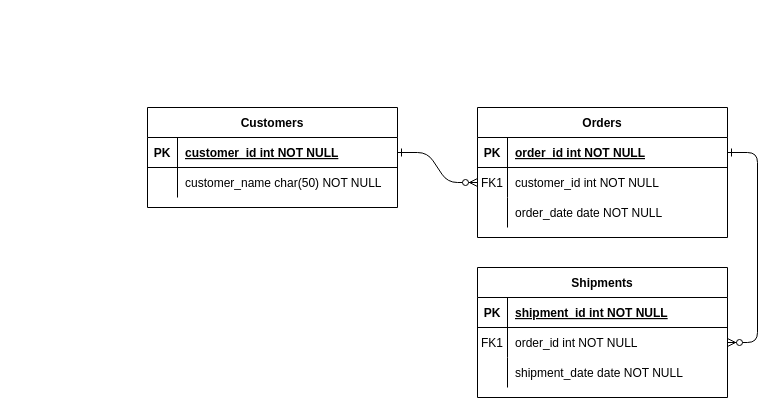
Before: Untitled Diagram.drawio in brunamedeiiros/tccpuc, a draw.io diagram. Source tidied: cells renumbered, new cells numbered last; positions are measured from the earlier drawing's top-left corner, leaving out a move shared by most shapes. Both pictures are drawn from the tidied source at 100%, with x=0, y=0 at pixel (147, 107).
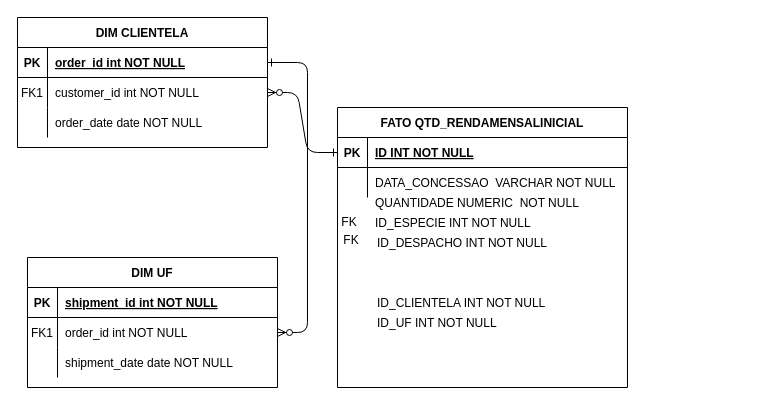
The same diagram, later.

The edit, as a diff of the source:
```diff
@@
-    <mxCell id="4" value="Orders" style="shape=table;startSize=30;childLayout=tableLayout;rowLines=0;fontStyle=1;align=center;" parent="1" vertex="1">
-      <mxGeometry x="330" width="250" height="130" as="geometry" />
+    <mxCell id="4" value="DIM CLIENTELA" style="shape=table;startSize=30;childLayout=tableLayout;rowLines=0;fontStyle=1;align=center;" parent="1" vertex="1">
+      <mxGeometry x="-130" y="-90" width="250" height="130" as="geometry" />
     </mxCell>
@@
-    <mxCell id="14" value="Shipments" style="shape=table;startSize=30;childLayout=tableLayout;rowLines=0;fontStyle=1;align=center;" parent="1" vertex="1">
-      <mxGeometry x="330" y="160" width="250" height="130" as="geometry" />
+    <mxCell id="14" value="DIM UF" style="shape=table;startSize=30;childLayout=tableLayout;rowLines=0;fontStyle=1;align=center;" parent="1" vertex="1">
+      <mxGeometry x="-120" y="150" width="250" height="130" as="geometry" />
     </mxCell>
@@
-    <mxCell id="24" value="Customers" style="shape=table;startSize=30;childLayout=tableLayout;rowLines=0;fontStyle=1;align=center;" parent="1" vertex="1">
-      <mxGeometry width="250" height="100" as="geometry" />
+    <mxCell id="24" value="FATO QTD_RENDAMENSALINICIAL" style="shape=table;startSize=30;childLayout=tableLayout;rowLines=0;fontStyle=1;align=center;" parent="1" vertex="1">
+      <mxGeometry x="190" width="290" height="280" as="geometry" />
     </mxCell>
     <mxCell id="25" style="shape=partialRectangle;fillColor=none;points=[[0,0.5],[1,0.5]];portConstraint=eastwest;top=0;left=0;right=0;bottom=1;" parent="24" vertex="1">
-      <mxGeometry y="30" width="250" height="30" as="geometry" />
+      <mxGeometry y="30" width="290" height="30" as="geometry" />
     </mxCell>
@@
-    <mxCell id="27" value="customer_id int NOT NULL " style="shape=partialRectangle;overflow=hidden;fillColor=none;top=0;left=0;bottom=0;right=0;align=left;spacingLeft=6;fontStyle=5;" parent="25" vertex="1">
-      <mxGeometry x="30" width="220" height="30" as="geometry" />
+    <mxCell id="27" value="ID INT NOT NULL" style="shape=partialRectangle;overflow=hidden;fillColor=none;top=0;left=0;bottom=0;right=0;align=left;spacingLeft=6;fontStyle=5;" parent="25" vertex="1">
+      <mxGeometry x="30" width="260" height="30" as="geometry" />
     </mxCell>
     <mxCell id="28" style="shape=partialRectangle;fillColor=none;top=0;left=0;right=0;bottom=0;" parent="24" vertex="1">
-      <mxGeometry y="60" width="250" height="30" as="geometry" />
+      <mxGeometry y="60" width="290" height="30" as="geometry" />
     </mxCell>
@@
-    <mxCell id="30" value="customer_name char(50) NOT NULL" style="shape=partialRectangle;overflow=hidden;fillColor=none;top=0;left=0;bottom=0;right=0;align=left;spacingLeft=6;" parent="28" vertex="1">
-      <mxGeometry x="30" width="220" height="30" as="geometry" />
+    <mxCell id="30" value="DATA_CONCESSAO  VARCHAR NOT NULL" style="shape=partialRectangle;overflow=hidden;fillColor=none;top=0;left=0;bottom=0;right=0;align=left;spacingLeft=6;" parent="28" vertex="1">
+      <mxGeometry x="30" width="260" height="30" as="geometry" />
     </mxCell>
+    <mxCell id="31" style="shape=partialRectangle;fillColor=none;top=0;left=0;right=0;bottom=0;" parent="1" vertex="1">
+      <mxGeometry x="190" y="100" width="290" height="30" as="geometry" />
+    </mxCell>
+    <mxCell id="32" style="shape=partialRectangle;overflow=hidden;fillColor=none;top=0;left=0;bottom=0;right=0;" parent="31" vertex="1">
+      <mxGeometry width="30" height="30" as="geometry" />
+    </mxCell>
+    <mxCell id="33" value="QUANTIDADE NUMERIC  NOT NULL" style="shape=partialRectangle;overflow=hidden;fillColor=none;top=0;left=0;bottom=0;right=0;align=left;spacingLeft=6;" parent="1" vertex="1">
+      <mxGeometry x="220" y="80" width="260" height="30" as="geometry" />
+    </mxCell>
+    <mxCell id="34" value="ID_CLIENTELA INT NOT NULL " style="shape=partialRectangle;overflow=hidden;fillColor=none;top=0;left=0;bottom=0;right=0;align=left;spacingLeft=6;" parent="1" vertex="1">
+      <mxGeometry x="222" y="180" width="260" height="30" as="geometry" />
+    </mxCell>
+    <mxCell id="35" value="FK" style="text;html=1;strokeColor=none;fillColor=none;align=center;verticalAlign=middle;whiteSpace=wrap;rounded=0;" parent="1" vertex="1">
+      <mxGeometry x="182" y="105" width="40" height="20" as="geometry" />
+    </mxCell>
+    <mxCell id="36" value="ID_UF INT NOT NULL " style="shape=partialRectangle;overflow=hidden;fillColor=none;top=0;left=0;bottom=0;right=0;align=left;spacingLeft=6;" parent="1" vertex="1">
+      <mxGeometry x="222" y="200" width="260" height="30" as="geometry" />
+    </mxCell>
+    <mxCell id="37" value="FK" style="text;html=1;strokeColor=none;fillColor=none;align=center;verticalAlign=middle;whiteSpace=wrap;rounded=0;" parent="1" vertex="1">
+      <mxGeometry x="184" y="123" width="40" height="20" as="geometry" />
+    </mxCell>
+    <mxCell id="38" value="ID_ESPECIE INT NOT NULL " style="shape=partialRectangle;overflow=hidden;fillColor=none;top=0;left=0;bottom=0;right=0;align=left;spacingLeft=6;" parent="1" vertex="1">
+      <mxGeometry x="220" y="100" width="260" height="30" as="geometry" />
+    </mxCell>
+    <mxCell id="39" value="ID_DESPACHO INT NOT NULL " style="shape=partialRectangle;overflow=hidden;fillColor=none;top=0;left=0;bottom=0;right=0;align=left;spacingLeft=6;" parent="1" vertex="1">
+      <mxGeometry x="222" y="120" width="260" height="30" as="geometry" />
+    </mxCell>
```
